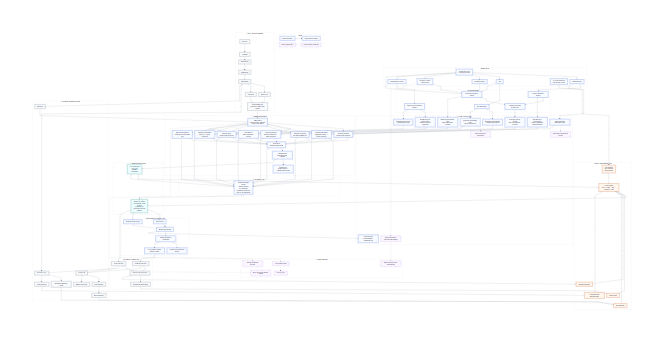
Before: docs/architecture/truthlens-architecture-blueprint.png, a diagram exported from Mermaid (pt2710/TruthLens). Its source is kept beside it as docs/architecture/truthlens-architecture-blueprint.mmd.
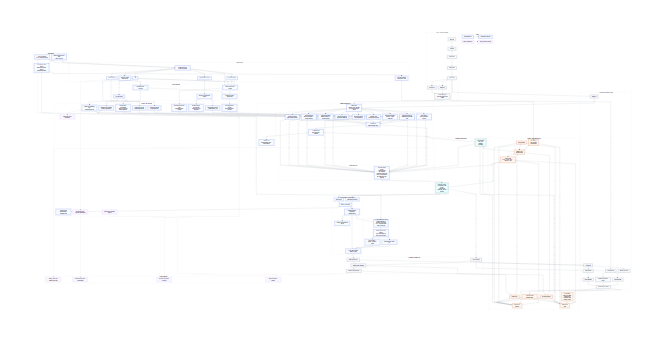
Later version of the same file.

The edit, as a diff of the source:
```diff
@@ -10,8 +10,8 @@
   "flowchart": {
     "curve": "linear",
     "htmlLabels": true,
-    "nodeSpacing": 30,
-    "rankSpacing": 44
+    "nodeSpacing": 32,
+    "rankSpacing": 42
   }
 }}%%
 flowchart TB
@@ -29,8 +29,18 @@
 class legend_impl_a,legend_impl_b implemented
 class legend_future_a,legend_future_b future
 
-subgraph runtime["1. Runtime Inputs"]
-  feed["YouTube feed cards<br/>watch-page metadata"]
+subgraph clients["1. Client Surfaces"]
+  extension["Browser extension<br/>feed + watch-page observer"]
+  mobile_client["Android companion / share client<br/>Jetpack Compose"]
+  shared_contract["Cross-platform client contract<br/>shared review-session schemas<br/>/mobile/analyze-share"]
+end
+class extension,mobile_client,shared_contract implemented
+
+extension --> shared_contract
+mobile_client --> shared_contract
+
+subgraph runtime["2. Runtime Inputs"]
+  feed["YouTube feed cards / watch-page metadata"]
   thumb["Thumbnail image"]
   title["Title"]
   desc["Description snippet"]
@@ -40,13 +50,16 @@
 end
 class feed,thumb,title,desc,caps,channel,prefs implemented
 
+extension --> feed
+mobile_client --> feed
 feed --> thumb
 feed --> title
 feed --> desc
 feed --> caps
 feed --> channel
+shared_contract --> prefs
 
-subgraph governance["2. Data + Governance Pipeline"]
+subgraph governance["3. Data + Governance Pipeline"]
   discovery["Discovery"]
   acquisition["Acquisition"]
   normalization["Normalization"]
@@ -64,9 +77,9 @@
 dataset_card --> gate
 audit --> gate
 
-subgraph features["3. Feature Extraction"]
+subgraph features["4. Feature Extraction"]
   text_features["Text / title features"]
-  vision_features["Vision-v2 thumbnail features"]
+  vision_features["Thumbnail feature extraction"]
   metadata_features["Handcrafted metadata features"]
   history_features["Sequence-summary history features"]
   packaging_features["Combined packaging feature matrix"]
@@ -83,64 +96,69 @@
 vision_features --> packaging_features
 metadata_features --> packaging_features
 
-subgraph taxonomy["4. AI / ML Layer Taxonomy"]
+subgraph taxonomy["5. AI / ML Layer Taxonomy"]
   text_sparse["Baseline text representation<br/>CountVectorizer bigrams"]
   text_embed["Optional text embedding layer<br/>sentence-transformer"]
   vision_engineered["Baseline vision representation<br/>vision-v2 engineered thumbnail features"]
-  vision_cnn["Optional tiny CNN thumbnail encoder"]
+  vision_cnn["Optional vision encoder<br/>tiny CNN thumbnail path"]
+  vision_vit["Optional vision encoder<br/>ViT thumbnail path"]
   metadata_repr["Metadata representation layer<br/>handcrafted tabular assembly"]
   temporal_summary["Baseline temporal summary layer<br/>sequence-summary aggregation"]
   temporal_lstm["Optional temporal encoder<br/>LSTM sequence path"]
   vae_repr["Packaging anomaly encoder<br/>VAE over thumbnail + metadata"]
   llm_assist["LLM assist layer<br/>Gemini drafting / optimization only"]
   future_text["Future stronger text transformers"]
-  future_vision["Future ViT-scale thumbnail encoder"]
   future_video["Future richer video / transcript understanding"]
+  future_analytics["Future deeper moderation analytics"]
 end
-class text_sparse,text_embed,vision_engineered,vision_cnn,metadata_repr,temporal_summary,temporal_lstm,vae_repr,llm_assist implemented
-class future_text,future_vision,future_video future
+class text_sparse,text_embed,vision_engineered,vision_cnn,vision_vit,metadata_repr,temporal_summary,temporal_lstm,vae_repr,llm_assist implemented
+class future_text,future_video,future_analytics future
 
 text_features --> text_sparse
 text_features --> text_embed
 vision_features --> vision_engineered
 thumb --> vision_cnn
+thumb --> vision_vit
 metadata_features --> metadata_repr
 history_features --> temporal_summary
 history_features --> temporal_lstm
 packaging_features --> vae_repr
 text_embed -.-> future_text
-vision_cnn -.-> future_vision
 caps -.-> future_video
 
-subgraph model_stack["5. Multimodal Model Stack"]
-  trainer["Offline trainer<br/>fit heads, fusion, calibration<br/>export model artifacts"]
+subgraph model_stack["6. Multimodal Model Stack"]
+  trainer["Offline trainer<br/>fit heads, fusion, calibration<br/>export model and policy artifacts"]
   text_head_sparse["Text head (baseline)<br/>sklearn logistic regression"]
   text_head_embed["Text head (optional)<br/>sentence-transformer → logistic regression"]
   vision_head_engineered["Vision head (baseline)<br/>engineered features → logistic regression"]
   vision_head_cnn["Vision head (optional)<br/>tiny CNN probability path"]
+  vision_head_vit["Vision head (optional)<br/>ViT probability path"]
   metadata_head["Metadata head<br/>sklearn logistic regression"]
   history_head_summary["History head (baseline)<br/>summary → logistic regression"]
   history_head_lstm["History head (optional)<br/>LSTM sequence probability path"]
   anomaly_head["Anomaly head<br/>VAE reconstruction anomaly"]
   fusion_head["Fusion head<br/>multimodal logistic fusion"]
   calibration_head["Calibration head<br/>Platt-style logistic calibration"]
-  model_note["Runtime note<br/>explicit contracts + auditable fallback paths"]
+  model_note["Runtime note<br/>bounded learned paths + explicit fallbacks"]
 end
-class trainer,text_head_sparse,text_head_embed,vision_head_engineered,vision_head_cnn,metadata_head,history_head_summary,history_head_lstm,anomaly_head,fusion_head,calibration_head,model_note implemented
+class trainer,text_head_sparse,text_head_embed,vision_head_engineered,vision_head_cnn,vision_head_vit,metadata_head,history_head_summary,history_head_lstm,anomaly_head,fusion_head,calibration_head,model_note implemented
 
 gate --> trainer
 text_sparse --> text_head_sparse
 text_embed --> text_head_embed
 vision_engineered --> vision_head_engineered
 vision_cnn --> vision_head_cnn
+vision_vit --> vision_head_vit
 metadata_repr --> metadata_head
 temporal_summary --> history_head_summary
 temporal_lstm --> history_head_lstm
 vae_repr --> anomaly_head
+
 trainer --> text_head_sparse
 trainer --> text_head_embed
 trainer --> vision_head_engineered
 trainer --> vision_head_cnn
+trainer --> vision_head_vit
 trainer --> metadata_head
 trainer --> history_head_summary
 trainer --> history_head_lstm
@@ -150,6 +168,7 @@
 text_head_embed --> fusion_head
 vision_head_engineered --> fusion_head
 vision_head_cnn --> fusion_head
+vision_head_vit --> fusion_head
 metadata_head --> fusion_head
 history_head_summary --> fusion_head
 history_head_lstm --> fusion_head
@@ -157,7 +176,7 @@
 fusion_head --> calibration_head
 calibration_head --> model_note
 
-subgraph outputs["6. Inference Output Contract"]
+subgraph outputs["7. Inference Output Contract"]
   model_signal["Core model signal<br/>risk_score<br/>confidence<br/>uncertainty"]
   score_contract["Final score contract<br/>recommended_action<br/>reasons<br/>explanation_id<br/>explanation_summary<br/>evidence"]
 end
@@ -165,27 +184,46 @@
 
 calibration_head --> model_signal
 
-subgraph policy["7. Policy + Personalization Layer"]
+subgraph policy["8. Policy + Personalization Layer"]
   base_thresholds["Base thresholds"]
   feedback_bias["Feedback bias"]
   bandit_offsets["Contextual-bandit threshold offsets"]
   channel_bias["Channel-specific bias"]
   user_bias["User strictness<br/>prior corrections<br/>muted channels"]
+  threshold_mode["Runtime mode<br/>threshold-default"]
+  shadow_mode["Runtime mode<br/>rl-shadow"]
+  live_mode["Runtime mode<br/>rl-live"]
+  guardrails["RL guardrails<br/>artifact compatibility<br/>confidence floor<br/>uncertainty ceiling<br/>staleness checks"]
   action_map["Action mapping<br/>none → badge → blur → ask-report → hide"]
 end
-class base_thresholds,feedback_bias,bandit_offsets,channel_bias,user_bias,action_map emphasis
+class base_thresholds,feedback_bias,bandit_offsets,channel_bias,user_bias,threshold_mode,shadow_mode,live_mode,guardrails,action_map emphasis
 
-model_signal --> action_map
+model_signal --> threshold_mode
+model_signal --> shadow_mode
+model_signal --> live_mode
 prefs --> user_bias
-base_thresholds --> action_map
-feedback_bias --> action_map
-bandit_offsets --> action_map
-channel_bias --> action_map
-user_bias --> action_map
+base_thresholds --> threshold_mode
+base_thresholds --> shadow_mode
+base_thresholds --> live_mode
+feedback_bias --> threshold_mode
+feedback_bias --> shadow_mode
+feedback_bias --> live_mode
+bandit_offsets --> shadow_mode
+bandit_offsets --> live_mode
+channel_bias --> threshold_mode
+channel_bias --> shadow_mode
+channel_bias --> live_mode
+user_bias --> threshold_mode
+user_bias --> shadow_mode
+user_bias --> live_mode
+guardrails --> live_mode
+threshold_mode --> action_map
+shadow_mode --> action_map
+live_mode --> action_map
 action_map --> score_contract
 
-subgraph explain["8. Explanation Layer"]
-  explainer["Explanation engine<br/>reasons<br/>evidence buckets<br/>top contributors<br/>counterfactual summaries<br/>music-aware adjustments"]
+subgraph explain["9. Explanation Layer"]
+  explainer["Explanation engine<br/>reasons<br/>evidence buckets<br/>top contributors<br/>counterfactual summaries<br/>music-aware adjustments<br/>RL override note when applicable"]
 end
 class explainer implemented
 
@@ -193,34 +231,52 @@
 text_head_embed --> explainer
 vision_head_engineered --> explainer
 vision_head_cnn --> explainer
+vision_head_vit --> explainer
 metadata_head --> explainer
 history_head_summary --> explainer
 history_head_lstm --> explainer
 anomaly_head --> explainer
 fusion_head --> explainer
+action_map --> explainer
 model_signal --> explainer
 explainer --> score_contract
 
-subgraph review["9. Human-in-the-Loop Review Layer"]
+subgraph review["10. Human-in-the-Loop Review Layer"]
   prompt_report["Report prompt"]
   prompt_verify["Verify-transparent prompt"]
   draft["Manual report drafting"]
-  gemini["Gemini suggestion / optimization"]
+  optimize["Gemini suggestion / optimization<br/>heuristic fallback"]
   youtube["YouTube report submission support"]
   local_feedback["Local positive / negative feedback capture"]
 end
-class prompt_report,prompt_verify,draft,gemini,youtube,local_feedback implemented
+class prompt_report,prompt_verify,draft,optimize,youtube,local_feedback implemented
 
 score_contract --> prompt_report
 score_contract --> prompt_verify
 prompt_report --> draft
 prompt_verify --> draft
-draft --> gemini
-gemini --> youtube
-gemini --> local_feedback
+draft --> optimize
+optimize --> youtube
+optimize --> local_feedback
 draft --> llm_assist
 
-subgraph loops["10. Feedback / Learning Loops"]
+subgraph cross_platform["11. Cross-Platform Review Session"]
+  mobile_analyze["/mobile/analyze-share<br/>normalize watch context<br/>score + explanation bundle<br/>review prompt state"]
+  shared_review["Shared review-session schemas<br/>report / verify payloads<br/>status-stream semantics"]
+  android_flow["Android analyze → suggest → optimize → submit"]
+  extension_flow["Extension review / verify flow"]
+end
+class mobile_analyze,shared_review,android_flow,extension_flow implemented
+
+shared_contract --> mobile_analyze
+mobile_analyze --> shared_review
+shared_review --> android_flow
+shared_review --> extension_flow
+optimize --> mobile_analyze
+android_flow --> local_feedback
+extension_flow --> local_feedback
+
+subgraph loops["12. Feedback / Learning Loops"]
   feedback_store["Feedback event store"]
   score_store["Score event store"]
   channel_profiles["Channel profile aggregation"]
@@ -236,7 +292,7 @@
 channel_profiles --> channel_bias
 threshold_inputs --> feedback_bias
 
-subgraph evaluation["11. Evaluation / Simulation / Search"]
+subgraph evaluation["13. Evaluation / Simulation / Search"]
   threshold_sweep["Threshold sweep"]
   qtable["Q-table build"]
   policy_derivation["Policy derivation"]
@@ -244,9 +300,10 @@
   replay["Replay simulation"]
   evolution["Evolutionary threshold search"]
   bandit["Contextual bandit"]
+  rl_artifact["Runtime RL policy artifact"]
   drift["Drift report"]
 end
-class threshold_sweep,qtable,policy_derivation,bellman,replay,evolution,bandit,drift supporting
+class threshold_sweep,qtable,policy_derivation,bellman,replay,evolution,bandit,rl_artifact,drift supporting
 
 split --> threshold_sweep
 split --> drift
@@ -258,22 +315,24 @@
 policy_derivation --> replay
 threshold_sweep --> evolution
 threshold_sweep --> bandit
-replay --> base_thresholds
-evolution --> base_thresholds
-bandit --> bandit_offsets
+replay --> rl_artifact
+evolution --> rl_artifact
+bandit --> rl_artifact
+rl_artifact --> shadow_mode
+rl_artifact --> live_mode
+rl_artifact --> bandit_offsets
 drift --> trainer
 
-subgraph future_stack["12. Future Extensions"]
-  stronger_models["Stronger multimodal encoders"]
+subgraph future_stack["14. Future Extensions"]
+  stronger_models["Stronger end-to-end multimodal encoders"]
   richer_video["Richer transcript / video understanding"]
-  cross_platform["Cross-platform clients"]
-  android["Android support"]
-  analytics["More advanced moderation analytics"]
+  broader_clients["Broader cross-platform expansion"]
+  analytics["Deeper moderation analytics"]
 end
-class stronger_models,richer_video,cross_platform,android,analytics future
+class stronger_models,richer_video,broader_clients,analytics future
 
 trainer -.-> stronger_models
 future_video -.-> richer_video
-review -.-> cross_platform
-cross_platform -.-> android
-loops -.-> analytics
+shared_contract -.-> broader_clients
+threshold_inputs -.-> analytics
+future_analytics -.-> analytics
```
